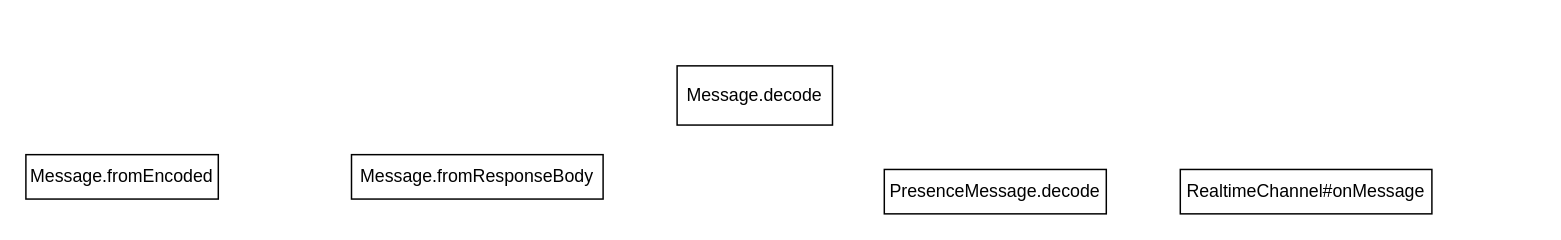
Above: ably-js 1302 (async Message.decode).drawio in lawrence-forooghian/drawio (draw.io), before the change. Source tidied: cells renumbered, new cells numbered last; positions are measured from the earlier drawing's top-left corner, leaving out a move shared by most shapes. Both pictures are drawn from the tidied source at 148%, with x=0, y=0 at pixel (25, 65).
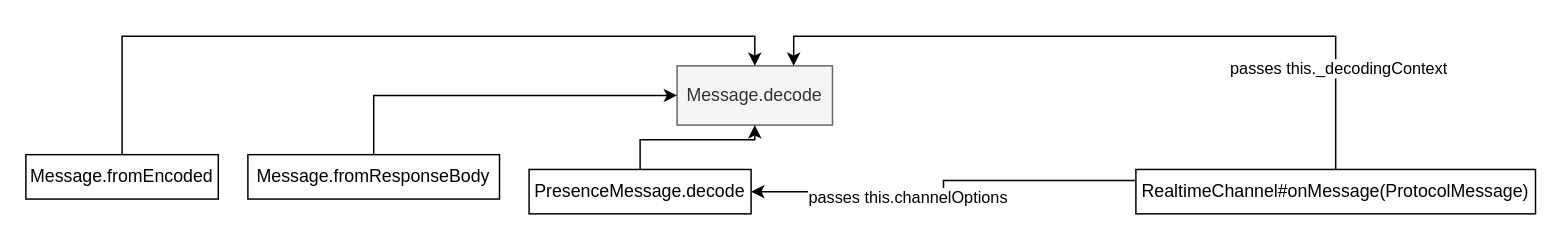
Above is the later version.

Change to the diagram source:
```diff
@@
 <mxGraphModel>
   <root>
     <mxCell id="0" />
     <mxCell id="1" parent="0" />
-    <mxCell id="2" value="Message.decode" style="rounded=0;whiteSpace=wrap;html=1;" parent="1" vertex="1">
+    <mxCell id="2" value="Message.decode" style="rounded=0;whiteSpace=wrap;html=1;fillColor=#f5f5f5;fontColor=#333333;strokeColor=#666666;" parent="1" vertex="1">
       <mxGeometry x="440" width="105" height="40" as="geometry" />
     </mxCell>
+    <mxCell id="7" style="edgeStyle=orthogonalEdgeStyle;rounded=0;jettySize=auto;html=1;exitX=0.5;exitY=0;exitDx=0;exitDy=0;" parent="1" edge="1" source="3" target="2">
+      <mxGeometry relative="1" as="geometry" />
+    </mxCell>
     <mxCell id="3" value="PresenceMessage.decode" style="rounded=0;whiteSpace=wrap;html=1;" parent="1" vertex="1">
-      <mxGeometry x="580" y="70" width="150" height="30" as="geometry" />
+      <mxGeometry x="340" y="70" width="150" height="30" as="geometry" />
     </mxCell>
+    <mxCell id="8" style="edgeStyle=orthogonalEdgeStyle;rounded=0;jettySize=auto;html=1;exitX=0.5;exitY=0;exitDx=0;exitDy=0;entryX=0;entryY=0.5;entryDx=0;entryDy=0;" parent="1" edge="1" source="4" target="2">
+      <mxGeometry relative="1" as="geometry" />
+    </mxCell>
     <mxCell id="4" value="Message.fromResponseBody" style="rounded=0;whiteSpace=wrap;html=1;" parent="1" vertex="1">
-      <mxGeometry x="220" y="60" width="170" height="30" as="geometry" />
+      <mxGeometry x="150" y="60" width="170" height="30" as="geometry" />
     </mxCell>
+    <mxCell id="9" style="edgeStyle=orthogonalEdgeStyle;rounded=0;jettySize=auto;html=1;exitX=0.5;exitY=0;exitDx=0;exitDy=0;entryX=0.5;entryY=0;entryDx=0;entryDy=0;" parent="1" edge="1" source="5" target="2">
+      <mxGeometry relative="1" as="geometry" />
+    </mxCell>
     <mxCell id="5" value="Message.fromEncoded" style="rounded=0;whiteSpace=wrap;html=1;" parent="1" vertex="1">
       <mxGeometry y="60" width="130" height="30" as="geometry" />
     </mxCell>
+    <mxCell id="10" style="edgeStyle=orthogonalEdgeStyle;rounded=0;jettySize=auto;html=1;exitX=0.5;exitY=0;exitDx=0;exitDy=0;entryX=0.75;entryY=0;entryDx=0;entryDy=0;" parent="1" edge="1" source="6" target="2">
+      <mxGeometry relative="1" as="geometry" />
+    </mxCell>
+    <mxCell id="11" value="passes this._decodingContext" style="edgeLabel;html=1;align=center;verticalAlign=middle;" parent="10" vertex="1">
+      <mxGeometry x="-0.71" y="-1" relative="1" as="geometry" />
+    </mxCell>
+    <mxCell id="12" style="edgeStyle=orthogonalEdgeStyle;rounded=0;jettySize=auto;html=1;exitX=0;exitY=0.25;exitDx=0;exitDy=0;entryX=1;entryY=0.5;entryDx=0;entryDy=0;" parent="1" edge="1" source="6" target="3">
+      <mxGeometry relative="1" as="geometry" />
+    </mxCell>
+    <mxCell id="13" value="passes this.channelOptions" style="edgeLabel;html=1;align=center;verticalAlign=middle;" parent="12" vertex="1">
+      <mxGeometry x="0.21" y="3" relative="1" as="geometry" />
+    </mxCell>
-    <mxCell id="6" value="RealtimeChannel#onMessage" style="rounded=0;whiteSpace=wrap;html=1;" parent="1" vertex="1">
-      <mxGeometry x="780" y="70" width="170" height="30" as="geometry" />
+    <mxCell id="6" value="RealtimeChannel#onMessage(ProtocolMessage)" style="rounded=0;whiteSpace=wrap;html=1;" parent="1" vertex="1">
+      <mxGeometry x="750" y="70" width="270" height="30" as="geometry" />
     </mxCell>
   </root>
 </mxGraphModel>
```
